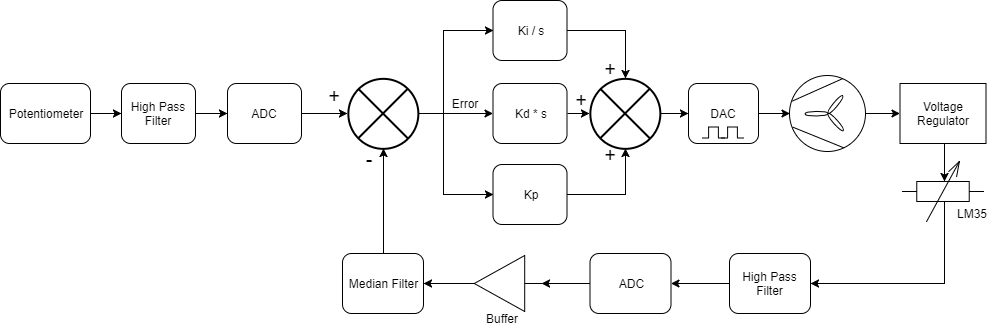
Earlier version of the draw.io export block_diagram_detailed.png (sheppardd1/Controls_Final_Project). Source tidied: cells renumbered, new cells last; positions are measured from the earlier drawing's top-left corner, leaving out a move shared by most shapes.
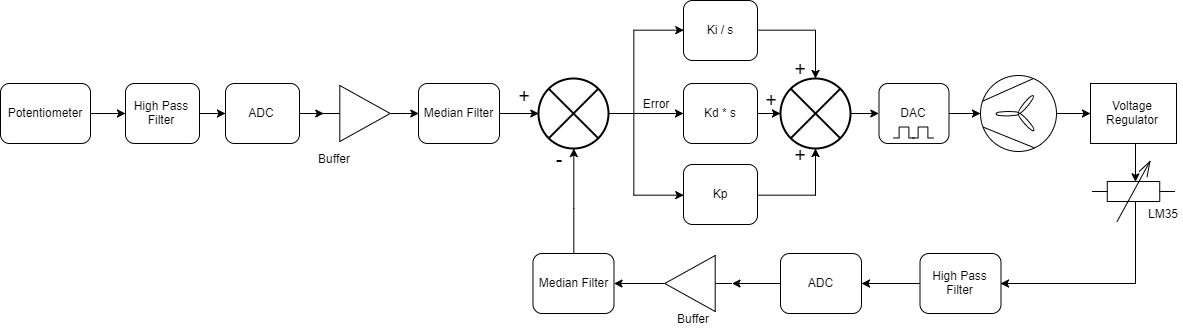
The same file after the commit.

Commit message:
fixed block diagram

Change to the diagram source:
```diff
@@ -2,17 +2,17 @@
   <root>
     <mxCell id="0" />
     <mxCell id="1" parent="0" />
-    <mxCell id="2" style="edgeStyle=orthogonalEdgeStyle;rounded=0;jettySize=auto;html=1;entryX=0.145;entryY=0.855;entryDx=0;entryDy=0;entryPerimeter=0;" parent="1" edge="1" source="3" target="17">
-      <mxGeometry relative="1" as="geometry" />
-    </mxCell>
+    <mxCell id="46" style="edgeStyle=orthogonalEdgeStyle;rounded=0;jettySize=auto;html=1;exitX=1;exitY=0.5;exitDx=0;exitDy=0;entryX=0;entryY=0.5;entryDx=0;entryDy=0;" parent="1" edge="1" source="3" target="50">
+      <mxGeometry relative="1" as="geometry" />
+    </mxCell>
     <mxCell id="3" value="ADC" style="rounded=1;whiteSpace=wrap;html=1;" parent="1" vertex="1">
-      <mxGeometry x="227" y="83" width="74" height="60" as="geometry" />
+      <mxGeometry x="34.5" y="83" width="74" height="60" as="geometry" />
     </mxCell>
     <mxCell id="4" style="edgeStyle=orthogonalEdgeStyle;rounded=0;jettySize=auto;html=1;" parent="1" edge="1" source="5" target="22">
       <mxGeometry relative="1" as="geometry" />
     </mxCell>
     <mxCell id="5" value="Potentiometer" style="rounded=1;whiteSpace=wrap;html=1;" parent="1" vertex="1">
-      <mxGeometry y="83" width="90" height="60" as="geometry" />
+      <mxGeometry x="-190.5" y="83" width="90" height="60" as="geometry" />
     </mxCell>
     <mxCell id="6" style="edgeStyle=orthogonalEdgeStyle;rounded=0;jettySize=auto;html=1;" parent="1" edge="1" source="7" target="35">
       <mxGeometry relative="1" as="geometry" />
@@ -73,7 +73,7 @@
       <mxGeometry relative="1" as="geometry" />
     </mxCell>
     <mxCell id="22" value="High Pass Filter" style="rounded=1;whiteSpace=wrap;html=1;" parent="1" vertex="1">
-      <mxGeometry x="121" y="83" width="74" height="60" as="geometry" />
+      <mxGeometry x="-65.5" y="83" width="74" height="60" as="geometry" />
     </mxCell>
     <mxCell id="23" style="edgeStyle=orthogonalEdgeStyle;rounded=0;jettySize=auto;html=1;entryX=0.145;entryY=0.145;entryDx=0;entryDy=0;entryPerimeter=0;" parent="1" edge="1" source="24" target="30">
       <mxGeometry relative="1" as="geometry" />
@@ -148,5 +148,20 @@
     <mxCell id="45" style="verticalLabelPosition=bottom;shadow=0;dashed=0;align=center;fillColor=#ffffff;html=1;verticalAlign=top;strokeWidth=1;shape=mxgraph.electrical.waveforms.pulse_1;" parent="1" vertex="1">
       <mxGeometry x="721" y="126.5" width="22" height="11" as="geometry" />
     </mxCell>
+    <mxCell id="47" style="edgeStyle=orthogonalEdgeStyle;rounded=0;jettySize=auto;html=1;entryX=0.145;entryY=0.855;entryDx=0;entryDy=0;entryPerimeter=0;" parent="1" edge="1" source="48" target="17">
+      <mxGeometry relative="1" as="geometry" />
+    </mxCell>
+    <mxCell id="48" value="Median Filter" style="rounded=1;whiteSpace=wrap;html=1;" parent="1" vertex="1">
+      <mxGeometry x="227.5" y="83" width="81" height="60" as="geometry" />
+    </mxCell>
+    <mxCell id="49" style="edgeStyle=orthogonalEdgeStyle;rounded=0;jettySize=auto;html=1;exitX=1;exitY=0.5;exitDx=0;exitDy=0;entryX=0;entryY=0.5;entryDx=0;entryDy=0;" parent="1" edge="1" source="50" target="48">
+      <mxGeometry relative="1" as="geometry" />
+    </mxCell>
+    <mxCell id="50" style="verticalLabelPosition=bottom;shadow=0;dashed=0;align=center;fillColor=#ffffff;html=1;verticalAlign=top;strokeWidth=1;shape=mxgraph.electrical.logic_gates.buffer2;rotation=0;" parent="1" vertex="1">
+      <mxGeometry x="132" y="85" width="84" height="56" as="geometry" />
+    </mxCell>
+    <mxCell id="51" value="Buffer" style="text;html=1;strokeColor=none;fillColor=none;align=center;verticalAlign=middle;whiteSpace=wrap;rounded=0;" parent="1" vertex="1">
+      <mxGeometry x="123" y="148" width="40" height="20" as="geometry" />
+    </mxCell>
   </root>
 </mxGraphModel>
```
